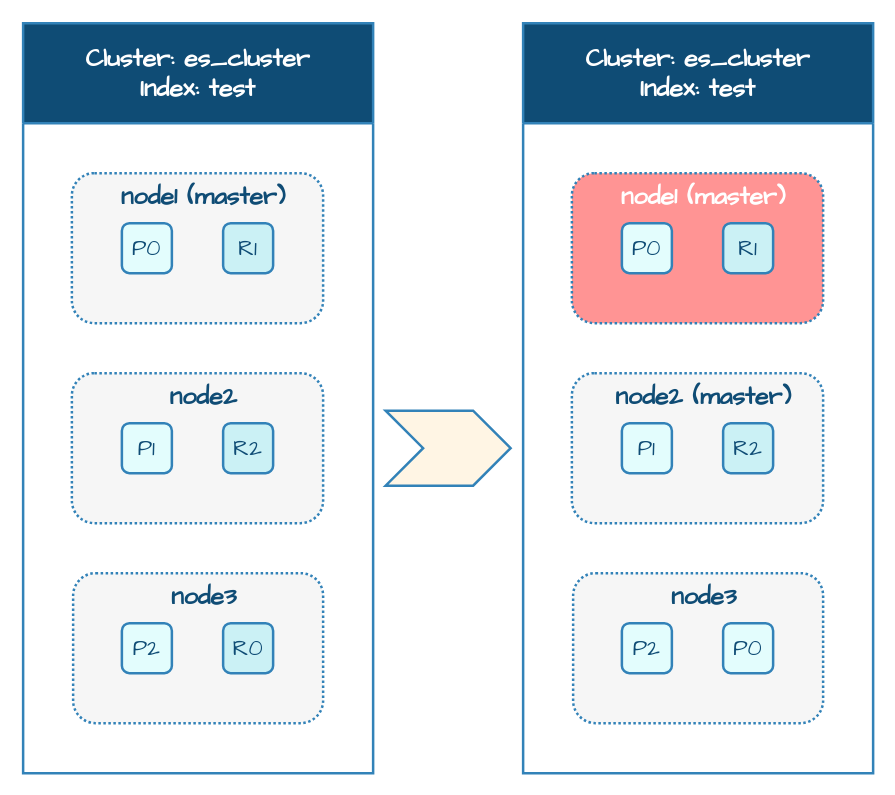
The draw.io diagram page "故障转移" (3 of 6) of assets/数据库/搜索引擎数据库/Elasticsearch.drawio in dunwu/waterdrop, before the edit. Source tidied: cells renumbered, new cells numbered last; positions are measured from the earlier drawing's top-left corner, leaving out a move shared by most shapes. Both pictures are drawn from the tidied source at 125%, with x=0, y=0 at pixel (22, 22).
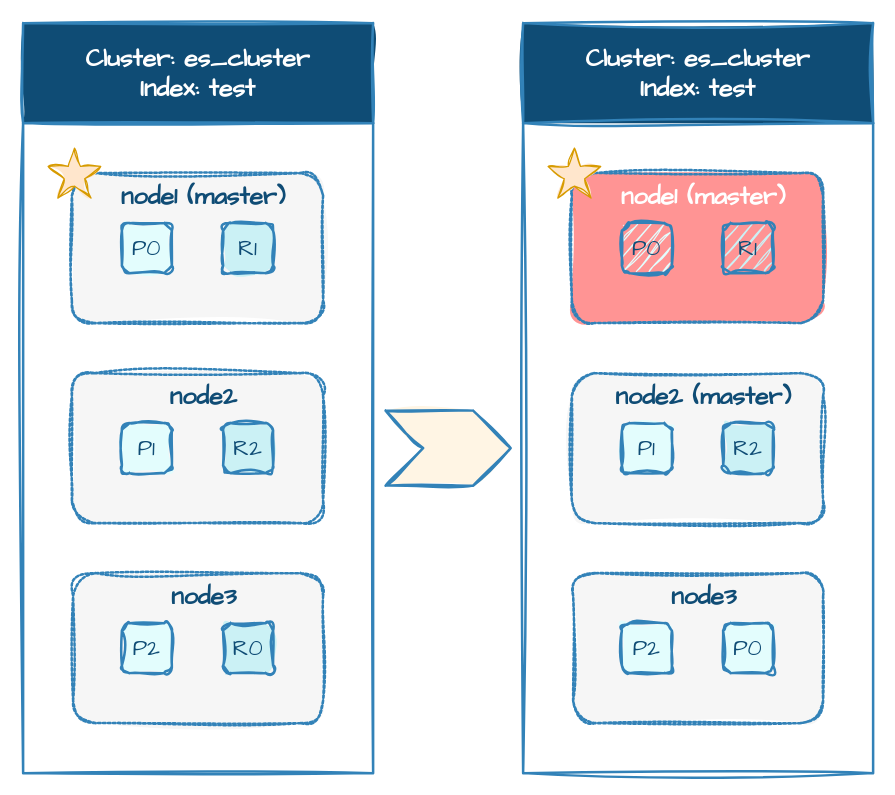
The same page after the edit.

Diff of the diagram source:
```diff
@@
-    <mxCell id="2" value="node2" style="rounded=1;whiteSpace=wrap;html=1;strokeColor=#3282B8;fillColor=#F6F6F6;fontFamily=Comic Sans MS;fontStyle=1;fontColor=#0F4C75;shadow=0;fontSize=20;strokeWidth=2;dashed=1;dashPattern=1 1;align=center;verticalAlign=top;spacingLeft=10;" parent="1" vertex="1">
+    <mxCell id="2" value="node2" style="rounded=1;whiteSpace=wrap;html=1;strokeColor=#3282B8;fillColor=#F6F6F6;fontFamily=Comic Sans MS;fontStyle=1;fontColor=#0F4C75;shadow=0;fontSize=20;strokeWidth=2;dashed=1;dashPattern=1 1;align=center;verticalAlign=top;spacingLeft=10;sketch=1;curveFitting=1;jiggle=2;fillStyle=solid;" parent="1" vertex="1">
       <mxGeometry x="39" y="280" width="201" height="120" as="geometry" />
     </mxCell>
-    <mxCell id="3" value="node1 (master)" style="rounded=1;whiteSpace=wrap;html=1;strokeColor=#3282B8;fillColor=#F6F6F6;fontFamily=Comic Sans MS;fontStyle=1;fontColor=#0F4C75;shadow=0;fontSize=20;strokeWidth=2;dashed=1;dashPattern=1 1;align=center;verticalAlign=top;spacingLeft=10;" parent="1" vertex="1">
+    <mxCell id="3" value="node1 (master)" style="rounded=1;whiteSpace=wrap;html=1;strokeColor=#3282B8;fillColor=#F6F6F6;fontFamily=Comic Sans MS;fontStyle=1;fontColor=#0F4C75;shadow=0;fontSize=20;strokeWidth=2;dashed=1;dashPattern=1 1;align=center;verticalAlign=top;spacingLeft=10;sketch=1;curveFitting=1;jiggle=2;fillStyle=solid;" parent="1" vertex="1">
       <mxGeometry x="39" y="120" width="201" height="120" as="geometry" />
     </mxCell>
-    <mxCell id="4" value="P0" style="rounded=1;whiteSpace=wrap;html=1;shadow=0;strokeColor=#3282B8;strokeWidth=2;align=center;verticalAlign=middle;spacing=20;fontFamily=Comic Sans MS;fontSize=18;fontColor=#0F4C75;fillColor=#E3FDFD;" parent="1" vertex="1">
+    <mxCell id="4" value="P0" style="rounded=1;whiteSpace=wrap;html=1;shadow=0;strokeColor=#3282B8;strokeWidth=2;align=center;verticalAlign=middle;spacing=20;fontFamily=Comic Sans MS;fontSize=18;fontColor=#0F4C75;fillColor=#E3FDFD;sketch=1;curveFitting=1;jiggle=2;fillStyle=solid;" parent="1" vertex="1">
       <mxGeometry x="79" y="160" width="40" height="40" as="geometry" />
     </mxCell>
-    <mxCell id="5" value="Cluster: es_cluster&lt;br&gt;Index: test" style="swimlane;whiteSpace=wrap;html=1;rounded=0;shadow=0;strokeColor=#3282B8;strokeWidth=2;align=center;verticalAlign=middle;fontFamily=Comic Sans MS;fontSize=20;fontColor=#FFFFFF;fillColor=#0F4C75;startSize=80;fontStyle=1;swimlaneFillColor=none;swimlaneLine=1;" parent="1" vertex="1">
+    <mxCell id="5" value="Cluster: es_cluster&lt;br&gt;Index: test" style="swimlane;whiteSpace=wrap;html=1;rounded=0;shadow=0;strokeColor=#3282B8;strokeWidth=2;align=center;verticalAlign=middle;fontFamily=Comic Sans MS;fontSize=20;fontColor=#FFFFFF;fillColor=#0F4C75;startSize=80;fontStyle=1;swimlaneFillColor=none;swimlaneLine=1;sketch=1;curveFitting=1;jiggle=2;fillStyle=solid;" parent="1" vertex="1">
       <mxGeometry width="280" height="600" as="geometry" />
     </mxCell>
-    <mxCell id="6" value="node3" style="rounded=1;whiteSpace=wrap;html=1;strokeColor=#3282B8;fillColor=#F6F6F6;fontFamily=Comic Sans MS;fontStyle=1;fontColor=#0F4C75;shadow=0;fontSize=20;strokeWidth=2;dashed=1;dashPattern=1 1;align=center;verticalAlign=top;spacingLeft=10;" parent="5" vertex="1">
+    <mxCell id="6" value="node3" style="rounded=1;whiteSpace=wrap;html=1;strokeColor=#3282B8;fillColor=#F6F6F6;fontFamily=Comic Sans MS;fontStyle=1;fontColor=#0F4C75;shadow=0;fontSize=20;strokeWidth=2;dashed=1;dashPattern=1 1;align=center;verticalAlign=top;spacingLeft=10;sketch=1;curveFitting=1;jiggle=2;fillStyle=solid;" parent="5" vertex="1">
       <mxGeometry x="40" y="440" width="200" height="120" as="geometry" />
     </mxCell>
-    <mxCell id="7" value="P1" style="rounded=1;whiteSpace=wrap;html=1;shadow=0;strokeColor=#3282B8;strokeWidth=2;align=center;verticalAlign=middle;spacing=20;fontFamily=Comic Sans MS;fontSize=18;fontColor=#0F4C75;fillColor=#E3FDFD;" parent="5" vertex="1">
+    <mxCell id="7" value="P1" style="rounded=1;whiteSpace=wrap;html=1;shadow=0;strokeColor=#3282B8;strokeWidth=2;align=center;verticalAlign=middle;spacing=20;fontFamily=Comic Sans MS;fontSize=18;fontColor=#0F4C75;fillColor=#E3FDFD;sketch=1;curveFitting=1;jiggle=2;fillStyle=solid;" parent="5" vertex="1">
       <mxGeometry x="79" y="320" width="40" height="40" as="geometry" />
     </mxCell>
-    <mxCell id="8" value="P2" style="rounded=1;whiteSpace=wrap;html=1;shadow=0;strokeColor=#3282B8;strokeWidth=2;align=center;verticalAlign=middle;spacing=20;fontFamily=Comic Sans MS;fontSize=18;fontColor=#0F4C75;fillColor=#E3FDFD;" parent="5" vertex="1">
+    <mxCell id="8" value="P2" style="rounded=1;whiteSpace=wrap;html=1;shadow=0;strokeColor=#3282B8;strokeWidth=2;align=center;verticalAlign=middle;spacing=20;fontFamily=Comic Sans MS;fontSize=18;fontColor=#0F4C75;fillColor=#E3FDFD;sketch=1;curveFitting=1;jiggle=2;fillStyle=solid;" parent="5" vertex="1">
       <mxGeometry x="79" y="480" width="40" height="40" as="geometry" />
     </mxCell>
-    <mxCell id="9" value="R1" style="rounded=1;whiteSpace=wrap;html=1;shadow=0;strokeColor=#3282B8;strokeWidth=2;align=center;verticalAlign=middle;spacing=20;fontFamily=Comic Sans MS;fontSize=18;fontColor=#0F4C75;fillColor=#CBF1F5;" parent="5" vertex="1">
+    <mxCell id="9" value="R1" style="rounded=1;whiteSpace=wrap;html=1;shadow=0;strokeColor=#3282B8;strokeWidth=2;align=center;verticalAlign=middle;spacing=20;fontFamily=Comic Sans MS;fontSize=18;fontColor=#0F4C75;fillColor=#CBF1F5;sketch=1;curveFitting=1;jiggle=2;fillStyle=solid;" parent="5" vertex="1">
       <mxGeometry x="160" y="160" width="40" height="40" as="geometry" />
     </mxCell>
-    <mxCell id="10" value="R2" style="rounded=1;whiteSpace=wrap;html=1;shadow=0;strokeColor=#3282B8;strokeWidth=2;align=center;verticalAlign=middle;spacing=20;fontFamily=Comic Sans MS;fontSize=18;fontColor=#0F4C75;fillColor=#CBF1F5;" parent="5" vertex="1">
+    <mxCell id="10" value="R2" style="rounded=1;whiteSpace=wrap;html=1;shadow=0;strokeColor=#3282B8;strokeWidth=2;align=center;verticalAlign=middle;spacing=20;fontFamily=Comic Sans MS;fontSize=18;fontColor=#0F4C75;fillColor=#CBF1F5;sketch=1;curveFitting=1;jiggle=2;fillStyle=solid;" parent="5" vertex="1">
       <mxGeometry x="160" y="320" width="40" height="40" as="geometry" />
     </mxCell>
-    <mxCell id="11" value="R0" style="rounded=1;whiteSpace=wrap;html=1;shadow=0;strokeColor=#3282B8;strokeWidth=2;align=center;verticalAlign=middle;spacing=20;fontFamily=Comic Sans MS;fontSize=18;fontColor=#0F4C75;fillColor=#CBF1F5;" parent="5" vertex="1">
+    <mxCell id="11" value="R0" style="rounded=1;whiteSpace=wrap;html=1;shadow=0;strokeColor=#3282B8;strokeWidth=2;align=center;verticalAlign=middle;spacing=20;fontFamily=Comic Sans MS;fontSize=18;fontColor=#0F4C75;fillColor=#CBF1F5;sketch=1;curveFitting=1;jiggle=2;fillStyle=solid;" parent="5" vertex="1">
       <mxGeometry x="160" y="480" width="40" height="40" as="geometry" />
     </mxCell>
+    <mxCell id="23" style="verticalLabelPosition=bottom;verticalAlign=top;html=1;shape=mxgraph.basic.star;sketch=1;hachureGap=4;jiggle=2;curveFitting=1;fontFamily=Architects Daughter;fillStyle=solid;fillColor=#ffe6cc;strokeColor=#d79b00;" parent="5" vertex="1">
+      <mxGeometry x="20" y="100" width="42.1" height="40" as="geometry" />
+    </mxCell>
-    <mxCell id="12" value="node2 (master)" style="rounded=1;whiteSpace=wrap;html=1;strokeColor=#3282B8;fillColor=#F6F6F6;fontFamily=Comic Sans MS;fontStyle=1;fontColor=#0F4C75;shadow=0;fontSize=20;strokeWidth=2;dashed=1;dashPattern=1 1;align=center;verticalAlign=top;spacingLeft=10;" parent="1" vertex="1">
+    <mxCell id="12" value="node2 (master)" style="rounded=1;whiteSpace=wrap;html=1;strokeColor=#3282B8;fillColor=#F6F6F6;fontFamily=Comic Sans MS;fontStyle=1;fontColor=#0F4C75;shadow=0;fontSize=20;strokeWidth=2;dashed=1;dashPattern=1 1;align=center;verticalAlign=top;spacingLeft=10;sketch=1;curveFitting=1;jiggle=2;fillStyle=solid;" parent="1" vertex="1">
       <mxGeometry x="439" y="280" width="201" height="120" as="geometry" />
     </mxCell>
-    <mxCell id="13" value="node1 (master)" style="rounded=1;whiteSpace=wrap;html=1;strokeColor=#3282B8;fillColor=#FF9494;fontFamily=Comic Sans MS;fontStyle=1;fontColor=#FFFFFF;shadow=0;fontSize=20;strokeWidth=2;dashed=1;dashPattern=1 1;align=center;verticalAlign=top;spacingLeft=10;" parent="1" vertex="1">
+    <mxCell id="13" value="node1 (master)" style="rounded=1;whiteSpace=wrap;html=1;strokeColor=#3282B8;fillColor=#FF9494;fontFamily=Comic Sans MS;fontStyle=1;fontColor=#FFFFFF;shadow=0;fontSize=20;strokeWidth=2;dashed=1;dashPattern=1 1;align=center;verticalAlign=top;spacingLeft=10;sketch=1;curveFitting=1;jiggle=2;fillStyle=solid;" parent="1" vertex="1">
       <mxGeometry x="439" y="120" width="201" height="120" as="geometry" />
     </mxCell>
-    <mxCell id="14" value="P0" style="rounded=1;whiteSpace=wrap;html=1;shadow=0;strokeColor=#3282B8;strokeWidth=2;align=center;verticalAlign=middle;spacing=20;fontFamily=Comic Sans MS;fontSize=18;fontColor=#0F4C75;fillColor=#E3FDFD;" parent="1" vertex="1">
+    <mxCell id="14" value="P0" style="rounded=1;whiteSpace=wrap;html=1;shadow=0;strokeColor=#3282B8;strokeWidth=2;align=center;verticalAlign=middle;spacing=20;fontFamily=Comic Sans MS;fontSize=18;fontColor=#0F4C75;fillColor=#E3FDFD;sketch=1;curveFitting=1;jiggle=2;" parent="1" vertex="1">
       <mxGeometry x="479" y="160" width="40" height="40" as="geometry" />
     </mxCell>
-    <mxCell id="15" value="Cluster: es_cluster&lt;br&gt;Index: test" style="swimlane;whiteSpace=wrap;html=1;rounded=0;shadow=0;strokeColor=#3282B8;strokeWidth=2;align=center;verticalAlign=middle;fontFamily=Comic Sans MS;fontSize=20;fontColor=#FFFFFF;fillColor=#0F4C75;startSize=80;fontStyle=1;swimlaneFillColor=none;swimlaneLine=1;" parent="1" vertex="1">
+    <mxCell id="15" value="Cluster: es_cluster&lt;br&gt;Index: test" style="swimlane;whiteSpace=wrap;html=1;rounded=0;shadow=0;strokeColor=#3282B8;strokeWidth=2;align=center;verticalAlign=middle;fontFamily=Comic Sans MS;fontSize=20;fontColor=#FFFFFF;fillColor=#0F4C75;startSize=80;fontStyle=1;swimlaneFillColor=none;swimlaneLine=1;sketch=1;curveFitting=1;jiggle=2;fillStyle=solid;" parent="1" vertex="1">
       <mxGeometry x="400" width="280" height="600" as="geometry" />
     </mxCell>
-    <mxCell id="16" value="node3" style="rounded=1;whiteSpace=wrap;html=1;strokeColor=#3282B8;fillColor=#F6F6F6;fontFamily=Comic Sans MS;fontStyle=1;fontColor=#0F4C75;shadow=0;fontSize=20;strokeWidth=2;dashed=1;dashPattern=1 1;align=center;verticalAlign=top;spacingLeft=10;" parent="15" vertex="1">
+    <mxCell id="16" value="node3" style="rounded=1;whiteSpace=wrap;html=1;strokeColor=#3282B8;fillColor=#F6F6F6;fontFamily=Comic Sans MS;fontStyle=1;fontColor=#0F4C75;shadow=0;fontSize=20;strokeWidth=2;dashed=1;dashPattern=1 1;align=center;verticalAlign=top;spacingLeft=10;sketch=1;curveFitting=1;jiggle=2;fillStyle=solid;" parent="15" vertex="1">
       <mxGeometry x="40" y="440" width="200" height="120" as="geometry" />
     </mxCell>
-    <mxCell id="17" value="P1" style="rounded=1;whiteSpace=wrap;html=1;shadow=0;strokeColor=#3282B8;strokeWidth=2;align=center;verticalAlign=middle;spacing=20;fontFamily=Comic Sans MS;fontSize=18;fontColor=#0F4C75;fillColor=#E3FDFD;" parent="15" vertex="1">
+    <mxCell id="17" value="P1" style="rounded=1;whiteSpace=wrap;html=1;shadow=0;strokeColor=#3282B8;strokeWidth=2;align=center;verticalAlign=middle;spacing=20;fontFamily=Comic Sans MS;fontSize=18;fontColor=#0F4C75;fillColor=#E3FDFD;sketch=1;curveFitting=1;jiggle=2;fillStyle=solid;" parent="15" vertex="1">
       <mxGeometry x="79" y="320" width="40" height="40" as="geometry" />
     </mxCell>
-    <mxCell id="18" value="P2" style="rounded=1;whiteSpace=wrap;html=1;shadow=0;strokeColor=#3282B8;strokeWidth=2;align=center;verticalAlign=middle;spacing=20;fontFamily=Comic Sans MS;fontSize=18;fontColor=#0F4C75;fillColor=#E3FDFD;" parent="15" vertex="1">
+    <mxCell id="18" value="P2" style="rounded=1;whiteSpace=wrap;html=1;shadow=0;strokeColor=#3282B8;strokeWidth=2;align=center;verticalAlign=middle;spacing=20;fontFamily=Comic Sans MS;fontSize=18;fontColor=#0F4C75;fillColor=#E3FDFD;sketch=1;curveFitting=1;jiggle=2;fillStyle=solid;" parent="15" vertex="1">
       <mxGeometry x="79" y="480" width="40" height="40" as="geometry" />
     </mxCell>
-    <mxCell id="19" value="R1" style="rounded=1;whiteSpace=wrap;html=1;shadow=0;strokeColor=#3282B8;strokeWidth=2;align=center;verticalAlign=middle;spacing=20;fontFamily=Comic Sans MS;fontSize=18;fontColor=#0F4C75;fillColor=#CBF1F5;" parent="15" vertex="1">
+    <mxCell id="19" value="R1" style="rounded=1;whiteSpace=wrap;html=1;shadow=0;strokeColor=#3282B8;strokeWidth=2;align=center;verticalAlign=middle;spacing=20;fontFamily=Comic Sans MS;fontSize=18;fontColor=#0F4C75;fillColor=#CBF1F5;sketch=1;curveFitting=1;jiggle=2;" parent="15" vertex="1">
       <mxGeometry x="160" y="160" width="40" height="40" as="geometry" />
     </mxCell>
-    <mxCell id="20" value="R2" style="rounded=1;whiteSpace=wrap;html=1;shadow=0;strokeColor=#3282B8;strokeWidth=2;align=center;verticalAlign=middle;spacing=20;fontFamily=Comic Sans MS;fontSize=18;fontColor=#0F4C75;fillColor=#CBF1F5;" parent="15" vertex="1">
+    <mxCell id="20" value="R2" style="rounded=1;whiteSpace=wrap;html=1;shadow=0;strokeColor=#3282B8;strokeWidth=2;align=center;verticalAlign=middle;spacing=20;fontFamily=Comic Sans MS;fontSize=18;fontColor=#0F4C75;fillColor=#CBF1F5;sketch=1;curveFitting=1;jiggle=2;fillStyle=solid;" parent="15" vertex="1">
       <mxGeometry x="160" y="320" width="40" height="40" as="geometry" />
     </mxCell>
-    <mxCell id="21" value="P0" style="rounded=1;whiteSpace=wrap;html=1;shadow=0;strokeColor=#3282B8;strokeWidth=2;align=center;verticalAlign=middle;spacing=20;fontFamily=Comic Sans MS;fontSize=18;fontColor=#0F4C75;fillColor=#E3FDFD;" parent="15" vertex="1">
+    <mxCell id="21" value="P0" style="rounded=1;whiteSpace=wrap;html=1;shadow=0;strokeColor=#3282B8;strokeWidth=2;align=center;verticalAlign=middle;spacing=20;fontFamily=Comic Sans MS;fontSize=18;fontColor=#0F4C75;fillColor=#E3FDFD;sketch=1;curveFitting=1;jiggle=2;fillStyle=solid;" parent="15" vertex="1">
       <mxGeometry x="160" y="480" width="40" height="40" as="geometry" />
     </mxCell>
+    <mxCell id="24" style="verticalLabelPosition=bottom;verticalAlign=top;html=1;shape=mxgraph.basic.star;sketch=1;hachureGap=4;jiggle=2;curveFitting=1;fontFamily=Architects Daughter;fillStyle=solid;fillColor=#ffe6cc;strokeColor=#d79b00;" parent="15" vertex="1">
+      <mxGeometry x="20" y="100" width="42.1" height="40" as="geometry" />
+    </mxCell>
-    <mxCell id="22" style="html=1;shadow=0;dashed=0;align=center;verticalAlign=middle;shape=mxgraph.arrows2.arrow;dy=0;dx=30;notch=30;rounded=1;strokeColor=#3282B8;strokeWidth=2;fontFamily=Comic Sans MS;fontSize=18;fontColor=#0F4C75;fillColor=#FFF5E4;" parent="1" vertex="1">
+    <mxCell id="22" style="html=1;shadow=0;dashed=0;align=center;verticalAlign=middle;shape=mxgraph.arrows2.arrow;dy=0;dx=30;notch=30;rounded=1;strokeColor=#3282B8;strokeWidth=2;fontFamily=Comic Sans MS;fontSize=18;fontColor=#0F4C75;fillColor=#FFF5E4;sketch=1;curveFitting=1;jiggle=2;fillStyle=solid;" parent="1" vertex="1">
       <mxGeometry x="290" y="310" width="100" height="60" as="geometry" />
     </mxCell>
```
